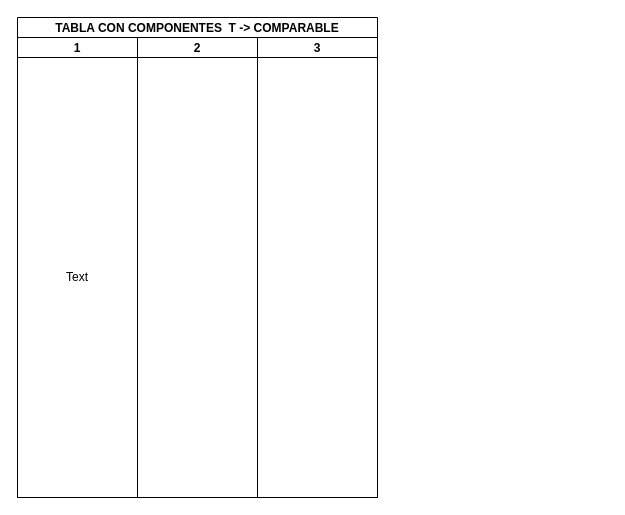
This is Ejercicio2.drawio from paulaanb/Ordenar, a draw.io file, before an edit. Source tidied: cells renumbered, new cells numbered last; positions are measured from the earlier drawing's top-left corner, leaving out a move shared by most shapes. Both pictures are drawn from the tidied source at 100%, with x=0, y=0 at pixel (17, 17).
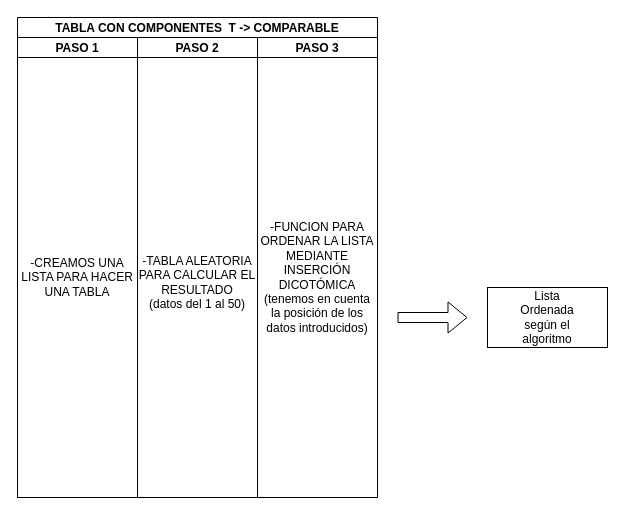
After the change.

Commit message:
Segundo uml terminado

Change to the diagram source:
```diff
@@
 <mxGraphModel>
   <root>
     <mxCell id="0" />
     <mxCell id="1" parent="0" />
     <mxCell id="2" value="TABLA CON COMPONENTES  T -&gt; COMPARABLE" style="swimlane;startSize=20;" parent="1" vertex="1">
       <mxGeometry width="360" height="480" as="geometry" />
     </mxCell>
-    <mxCell id="3" value="1" style="swimlane;startSize=20;" parent="2" vertex="1">
+    <mxCell id="3" value="PASO 1" style="swimlane;startSize=20;" parent="2" vertex="1">
       <mxGeometry y="20" width="120" height="460" as="geometry" />
     </mxCell>
-    <mxCell id="4" value="Text" style="text;html=1;strokeColor=none;fillColor=none;align=center;verticalAlign=middle;whiteSpace=wrap;rounded=0;" parent="3" vertex="1">
+    <mxCell id="4" value="-CREAMOS UNA LISTA PARA HACER UNA TABLA" style="text;html=1;strokeColor=none;fillColor=none;align=center;verticalAlign=middle;whiteSpace=wrap;rounded=0;" parent="3" vertex="1">
       <mxGeometry y="20" width="120" height="440" as="geometry" />
     </mxCell>
-    <mxCell id="5" value="2" style="swimlane;startSize=20;" parent="2" vertex="1">
+    <mxCell id="5" value="PASO 2" style="swimlane;startSize=20;" parent="2" vertex="1">
       <mxGeometry x="120" y="20" width="120" height="460" as="geometry" />
     </mxCell>
-    <mxCell id="6" value="3" style="swimlane;startSize=20;" parent="2" vertex="1">
+    <mxCell id="6" value="PASO 3" style="swimlane;startSize=20;" parent="2" vertex="1">
       <mxGeometry x="240" y="20" width="120" height="460" as="geometry" />
     </mxCell>
+    <mxCell id="7" value="-FUNCION PARA ORDENAR LA LISTA MEDIANTE INSERCIÓN DICOTÓMICA&lt;br&gt;(tenemos en cuenta la posición de los datos introducidos)" style="text;html=1;strokeColor=none;fillColor=none;align=center;verticalAlign=middle;whiteSpace=wrap;rounded=0;" parent="6" vertex="1">
+      <mxGeometry y="20" width="120" height="440" as="geometry" />
+    </mxCell>
+    <mxCell id="8" value="-TABLA ALEATORIA PARA CALCULAR EL RESULTADO&lt;br&gt;(datos del 1 al 50)" style="text;html=1;strokeColor=none;fillColor=none;align=center;verticalAlign=middle;whiteSpace=wrap;rounded=0;" parent="1" vertex="1">
+      <mxGeometry x="120" y="50" width="120" height="430" as="geometry" />
+    </mxCell>
+    <mxCell id="9" style="shape=flexArrow;endArrow=classic;html=1;" parent="1" edge="1">
+      <mxGeometry relative="1" as="geometry">
+        <mxPoint x="380" y="300" as="sourcePoint" />
+        <mxPoint x="450" y="300" as="targetPoint" />
+      </mxGeometry>
+    </mxCell>
+    <mxCell id="10" style="rounded=0;whiteSpace=wrap;html=1;" parent="1" vertex="1">
+      <mxGeometry x="470" y="270" width="120" height="60" as="geometry" />
+    </mxCell>
+    <mxCell id="11" value="Lista Ordenada según el algoritmo" style="text;html=1;strokeColor=none;fillColor=none;align=center;verticalAlign=middle;whiteSpace=wrap;rounded=0;" parent="1" vertex="1">
+      <mxGeometry x="500" y="285" width="60" height="30" as="geometry" />
+    </mxCell>
   </root>
 </mxGraphModel>
```
